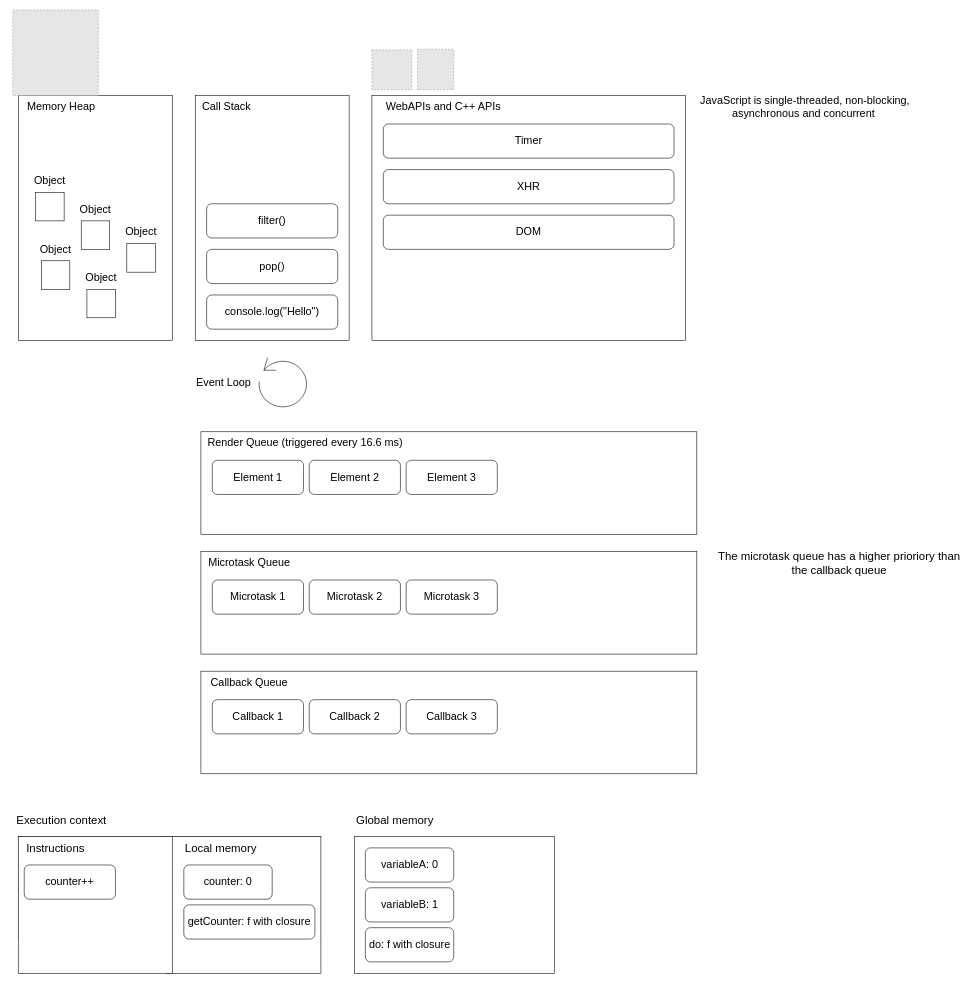
The draw.io diagram V8Engine.drawio in gabrielsanttana/diagrams, before the edit. Source tidied: cells renumbered, new cells numbered last; positions are measured from the earlier drawing's top-left corner, leaving out a move shared by most shapes. Both pictures are drawn from the tidied source at 57%, with x=0, y=0 at pixel (10, 10). Pictures stored in the file or linked from it are replaced by grey dashed boxes.
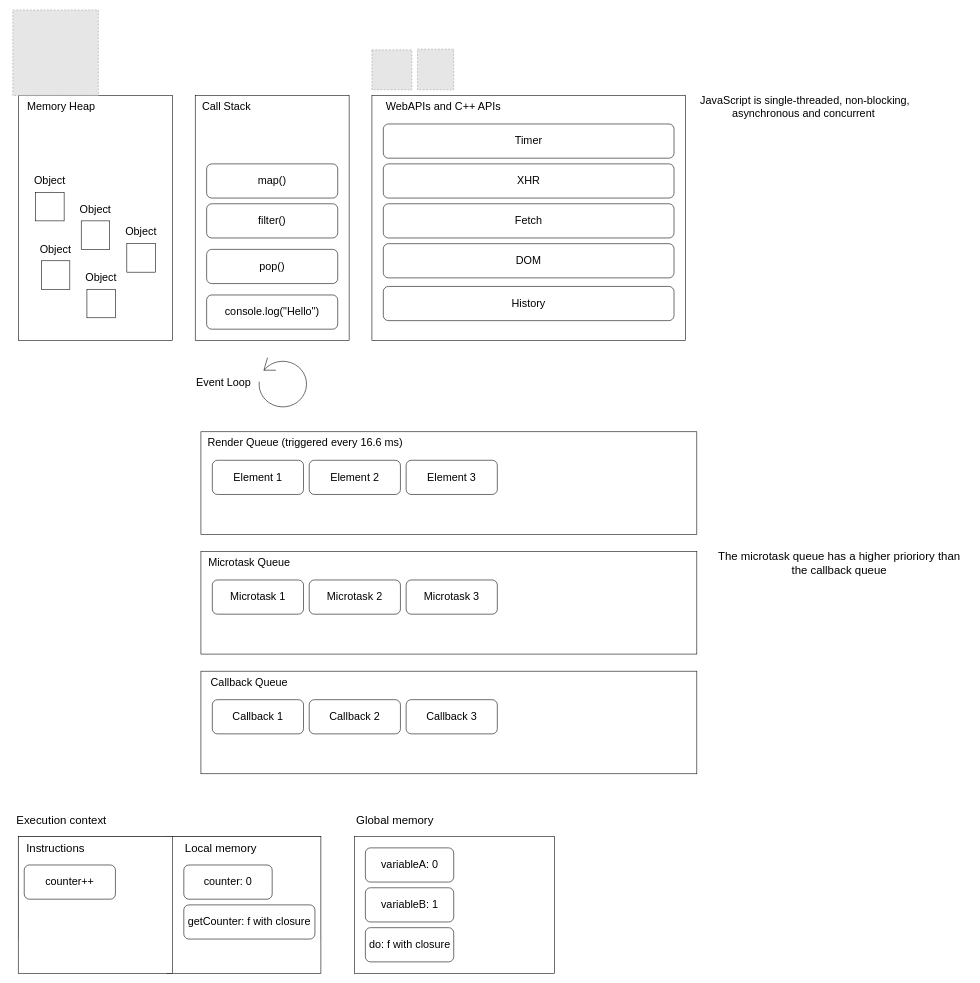
After the change.

Commit message:
Add other WebAPI examples

The edit, as a diff of the source:
```diff
@@
     <mxCell id="13" value="XHR" style="rounded=1;whiteSpace=wrap;html=1;fontSize=19;" parent="1" vertex="1">
-      <mxGeometry x="655" y="280" width="510" height="60" as="geometry" />
+      <mxGeometry x="655" y="270" width="510" height="60" as="geometry" />
     </mxCell>
     <mxCell id="14" value="DOM" style="rounded=1;whiteSpace=wrap;html=1;fontSize=19;" parent="1" vertex="1">
-      <mxGeometry x="655" y="360" width="510" height="60" as="geometry" />
+      <mxGeometry x="655" y="410" width="510" height="60" as="geometry" />
     </mxCell>
@@
+    <mxCell id="60" value="Fetch" style="rounded=1;whiteSpace=wrap;html=1;fontSize=19;" parent="1" vertex="1">
+      <mxGeometry x="655" y="340" width="510" height="60" as="geometry" />
+    </mxCell>
+    <mxCell id="61" value="History" style="rounded=1;whiteSpace=wrap;html=1;fontSize=19;" parent="1" vertex="1">
+      <mxGeometry x="655" y="485" width="510" height="60" as="geometry" />
+    </mxCell>
+    <mxCell id="62" value="map()" style="rounded=1;whiteSpace=wrap;html=1;fontSize=19;" parent="1" vertex="1">
+      <mxGeometry x="345" y="270" width="230" height="60" as="geometry" />
+    </mxCell>
```
